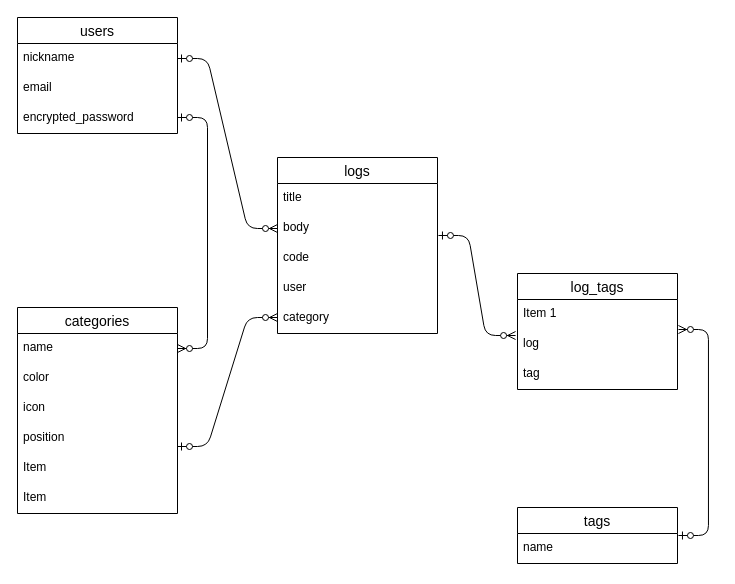
The draw.io diagram ER.dio in koharin55/research_log, before the edit. Source tidied: cells renumbered, new cells numbered last; positions are measured from the earlier drawing's top-left corner, leaving out a move shared by most shapes. Both pictures are drawn from the tidied source at 100%, with x=0, y=0 at pixel (17, 17).
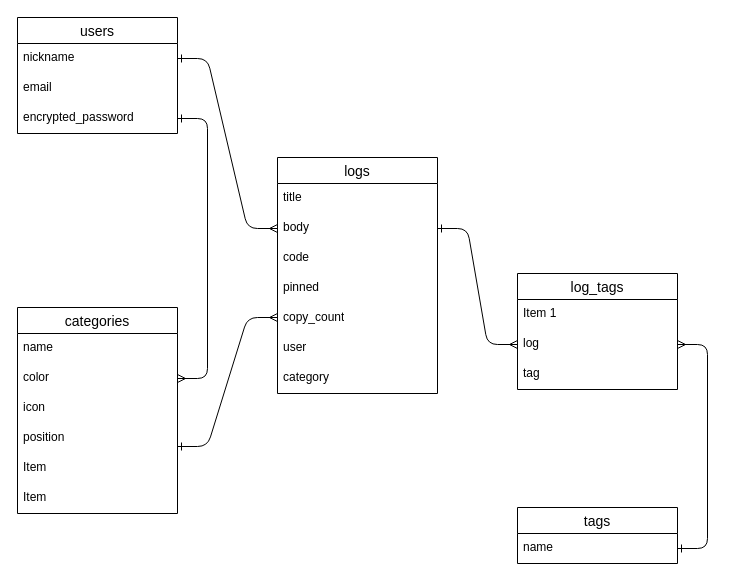
Above is the later version.

The change refers to these unchanged cells:
```xml
<mxCell id="4" value="body" style="text;strokeColor=none;fillColor=none;spacingLeft=4;spacingRight=4;overflow=hidden;points=[[0,0.5],[1,0.5]];portConstraint=eastwest;fontSize=12;whiteSpace=wrap;html=1;" parent="2" vertex="1">
  <mxGeometry y="56" width="160" height="30" as="geometry" />
</mxCell>
<mxCell id="9" value="nickname" style="text;strokeColor=none;fillColor=none;spacingLeft=4;spacingRight=4;overflow=hidden;points=[[0,0.5],[1,0.5]];portConstraint=eastwest;fontSize=12;whiteSpace=wrap;html=1;" parent="8" vertex="1">
  <mxGeometry y="26" width="160" height="30" as="geometry" />
</mxCell>
<mxCell id="11" value="encrypted_password" style="text;strokeColor=none;fillColor=none;spacingLeft=4;spacingRight=4;overflow=hidden;points=[[0,0.5],[1,0.5]];portConstraint=eastwest;fontSize=12;whiteSpace=wrap;html=1;" parent="8" vertex="1">
  <mxGeometry y="86" width="160" height="30" as="geometry" />
</mxCell>
<mxCell id="13" value="name" style="text;strokeColor=none;fillColor=none;spacingLeft=4;spacingRight=4;overflow=hidden;points=[[0,0.5],[1,0.5]];portConstraint=eastwest;fontSize=12;whiteSpace=wrap;html=1;" parent="12" vertex="1">
  <mxGeometry y="26" width="160" height="30" as="geometry" />
</mxCell>
<mxCell id="14" value="color" style="text;strokeColor=none;fillColor=none;spacingLeft=4;spacingRight=4;overflow=hidden;points=[[0,0.5],[1,0.5]];portConstraint=eastwest;fontSize=12;whiteSpace=wrap;html=1;" parent="12" vertex="1">
  <mxGeometry y="56" width="160" height="30" as="geometry" />
</mxCell>
<mxCell id="21" value="log" style="text;strokeColor=none;fillColor=none;spacingLeft=4;spacingRight=4;overflow=hidden;points=[[0,0.5],[1,0.5]];portConstraint=eastwest;fontSize=12;whiteSpace=wrap;html=1;" parent="19" vertex="1">
  <mxGeometry y="56" width="160" height="30" as="geometry" />
</mxCell>
<mxCell id="24" value="name" style="text;strokeColor=none;fillColor=none;spacingLeft=4;spacingRight=4;overflow=hidden;points=[[0,0.5],[1,0.5]];portConstraint=eastwest;fontSize=12;whiteSpace=wrap;html=1;" parent="23" vertex="1">
  <mxGeometry y="26" width="160" height="30" as="geometry" />
</mxCell>
```

What changed in the source:
```diff
@@
     <mxCell id="2" value="logs" style="swimlane;fontStyle=0;horizontal=1;startSize=26;align=center;fontSize=14;" parent="1" vertex="1">
-      <mxGeometry x="260" y="140" width="160" height="176" as="geometry" />
+      <mxGeometry x="260" y="140" width="160" height="236" as="geometry" />
     </mxCell>
@@
+    <mxCell id="30" value="pinned" style="text;strokeColor=none;fillColor=none;spacingLeft=4;spacingRight=4;overflow=hidden;fontSize=12;whiteSpace=wrap;html=1;" parent="2" vertex="1">
+      <mxGeometry y="116" width="160" height="30" as="geometry" />
+    </mxCell>
+    <mxCell id="31" value="copy_count" style="text;strokeColor=none;fillColor=none;spacingLeft=4;spacingRight=4;overflow=hidden;fontSize=12;whiteSpace=wrap;html=1;" parent="2" vertex="1">
+      <mxGeometry y="146" width="160" height="30" as="geometry" />
+    </mxCell>
     <mxCell id="6" value="user" style="text;strokeColor=none;fillColor=none;spacingLeft=4;spacingRight=4;overflow=hidden;fontSize=12;whiteSpace=wrap;html=1;" parent="2" vertex="1">
-      <mxGeometry y="116" width="160" height="30" as="geometry" />
+      <mxGeometry y="176" width="160" height="30" as="geometry" />
     </mxCell>
     <mxCell id="7" value="category" style="text;strokeColor=none;fillColor=none;spacingLeft=4;spacingRight=4;overflow=hidden;fontSize=12;whiteSpace=wrap;html=1;" parent="2" vertex="1">
-      <mxGeometry y="146" width="160" height="30" as="geometry" />
+      <mxGeometry y="206" width="160" height="30" as="geometry" />
     </mxCell>
@@
-    <mxCell id="25" style="edgeStyle=entityRelationEdgeStyle;fontSize=12;html=1;endArrow=ERzeroToMany;startArrow=ERzeroToOne;entryX=1.006;entryY=0;entryDx=0;entryDy=0;entryPerimeter=0;exitX=1.006;exitY=0.067;exitDx=0;exitDy=0;exitPerimeter=0;" parent="1" edge="1" source="24" target="21">
+    <mxCell id="25" style="edgeStyle=entityRelationEdgeStyle;fontSize=12;html=1;endArrow=ERmany;endFill=0;entryX=1;entryY=0.5;entryDx=0;entryDy=0;startArrow=ERone;startFill=0;exitX=1;exitY=0.5;exitDx=0;exitDy=0;" parent="1" edge="1" source="24" target="21">
       <mxGeometry relative="1" as="geometry" />
     </mxCell>
-    <mxCell id="26" style="edgeStyle=entityRelationEdgeStyle;fontSize=12;html=1;endArrow=ERzeroToMany;startArrow=ERzeroToOne;exitX=1.006;exitY=0.733;exitDx=0;exitDy=0;exitPerimeter=0;entryX=-0.012;entryY=0.2;entryDx=0;entryDy=0;entryPerimeter=0;" parent="1" edge="1" source="4" target="21">
+    <mxCell id="26" style="edgeStyle=entityRelationEdgeStyle;fontSize=12;html=1;endArrow=ERmany;endFill=0;entryX=0;entryY=0.5;entryDx=0;entryDy=0;startArrow=ERone;startFill=0;exitX=1;exitY=0.5;exitDx=0;exitDy=0;" parent="1" edge="1" source="4" target="21">
       <mxGeometry relative="1" as="geometry" />
     </mxCell>
-    <mxCell id="27" style="edgeStyle=entityRelationEdgeStyle;fontSize=12;html=1;endArrow=ERzeroToMany;startArrow=ERzeroToOne;exitX=1;exitY=0.5;exitDx=0;exitDy=0;entryX=0;entryY=0.5;entryDx=0;entryDy=0;" parent="1" edge="1" source="9" target="4">
+    <mxCell id="27" style="edgeStyle=entityRelationEdgeStyle;fontSize=12;html=1;endArrow=ERmany;endFill=0;entryX=0;entryY=0.5;entryDx=0;entryDy=0;startArrow=ERone;startFill=0;exitX=1;exitY=0.5;exitDx=0;exitDy=0;" parent="1" edge="1" source="9" target="4">
       <mxGeometry relative="1" as="geometry" />
     </mxCell>
-    <mxCell id="28" style="edgeStyle=entityRelationEdgeStyle;fontSize=12;html=1;endArrow=ERzeroToMany;startArrow=ERzeroToOne;entryX=0;entryY=0.5;entryDx=0;entryDy=0;" parent="1" edge="1">
+    <mxCell id="28" style="edgeStyle=entityRelationEdgeStyle;fontSize=12;html=1;endArrow=ERmany;endFill=0;entryX=0;entryY=0.5;entryDx=0;entryDy=0;startArrow=ERone;startFill=0;exitX=1;exitY=0.5;exitDx=0;exitDy=0;" parent="1" edge="1">
       <mxGeometry relative="1" as="geometry">
         <mxPoint x="160" y="429" as="sourcePoint" />
         <mxPoint x="260" y="300" as="targetPoint" />
       </mxGeometry>
     </mxCell>
-    <mxCell id="29" style="edgeStyle=entityRelationEdgeStyle;fontSize=12;html=1;endArrow=ERzeroToMany;startArrow=ERzeroToOne;exitX=0;exitY=0.5;exitDx=0;exitDy=0;entryX=1;entryY=0.5;entryDx=0;entryDy=0;" parent="1" edge="1" target="13">
-      <mxGeometry relative="1" as="geometry">
-        <mxPoint x="160" y="100" as="sourcePoint" />
-        <Array as="points">
-          <mxPoint y="269" />
-        </Array>
-      </mxGeometry>
+    <mxCell id="29" style="edgeStyle=entityRelationEdgeStyle;fontSize=12;html=1;endArrow=ERmany;endFill=0;entryX=1;entryY=0.5;entryDx=0;entryDy=0;startArrow=ERone;startFill=0;exitX=1;exitY=0.5;exitDx=0;exitDy=0;" parent="1" edge="1" source="11" target="14">
+      <mxGeometry relative="1" as="geometry" />
     </mxCell>
```
